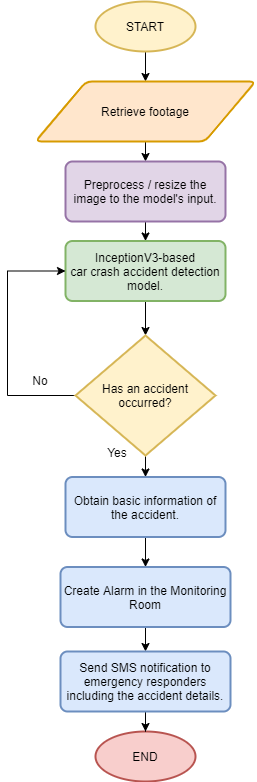
The draw.io diagram DrawIO/System-Flowchart_DO1-des opt 2.png in russellcaragay/PD-Files, before a commit. Source tidied: cells renumbered, new cells last; positions are measured from the earlier drawing's top-left corner, leaving out a move shared by most shapes. Its diagram source:
```xml
<mxGraphModel>
  <root>
    <mxCell id="0" />
    <mxCell id="1" parent="0" />
    <mxCell id="2" style="edgeStyle=orthogonalEdgeStyle;rounded=1;jettySize=auto;html=1;exitX=0.5;exitY=1;exitDx=0;exitDy=0;entryX=0.5;entryY=0;entryDx=0;entryDy=0;exitPerimeter=0;" parent="1" edge="1" source="13" target="10">
      <mxGeometry relative="1" as="geometry" />
    </mxCell>
    <mxCell id="3" style="edgeStyle=orthogonalEdgeStyle;rounded=1;jettySize=auto;html=1;exitX=0.5;exitY=1;exitDx=0;exitDy=0;entryX=0.5;entryY=0;entryDx=0;entryDy=0;exitPerimeter=0;" parent="1" edge="1" source="12" target="14">
      <mxGeometry relative="1" as="geometry" />
    </mxCell>
    <mxCell id="4" value="No" style="text;html=1;strokeColor=none;fillColor=none;align=center;verticalAlign=middle;whiteSpace=wrap;rounded=0;" parent="1" vertex="1">
      <mxGeometry x="3" y="364" width="60" height="30" as="geometry" />
    </mxCell>
    <mxCell id="5" value="Yes" style="text;html=1;strokeColor=none;fillColor=none;align=center;verticalAlign=middle;whiteSpace=wrap;rounded=0;" parent="1" vertex="1">
      <mxGeometry x="80" y="435.5" width="60" height="30" as="geometry" />
    </mxCell>
    <mxCell id="6" style="edgeStyle=orthogonalEdgeStyle;rounded=0;jettySize=auto;html=1;exitX=0.5;exitY=1;exitDx=0;exitDy=0;exitPerimeter=0;entryX=0.5;entryY=0;entryDx=0;entryDy=0;" parent="1" edge="1" target="16">
      <mxGeometry relative="1" as="geometry">
        <mxPoint x="138" y="535.5" as="sourcePoint" />
      </mxGeometry>
    </mxCell>
    <mxCell id="7" style="edgeStyle=orthogonalEdgeStyle;rounded=0;jettySize=auto;html=1;exitX=0.5;exitY=1;exitDx=0;exitDy=0;entryX=0.5;entryY=0;entryDx=0;entryDy=0;entryPerimeter=0;" parent="1" edge="1" source="8" target="12">
      <mxGeometry relative="1" as="geometry" />
    </mxCell>
    <mxCell id="8" value="InceptionV3-based&lt;br&gt;car crash accident detection model." style="rounded=1;whiteSpace=wrap;html=1;absoluteArcSize=1;arcSize=14;strokeWidth=2;fontSize=12;fillColor=#d5e8d4;strokeColor=#82b366;" parent="1" vertex="1">
      <mxGeometry x="58" y="239.5" width="160" height="60" as="geometry" />
    </mxCell>
    <mxCell id="9" style="edgeStyle=orthogonalEdgeStyle;rounded=0;jettySize=auto;html=1;exitX=0.5;exitY=1;exitDx=0;exitDy=0;entryX=0.5;entryY=0;entryDx=0;entryDy=0;" parent="1" edge="1" source="10" target="19">
      <mxGeometry relative="1" as="geometry" />
    </mxCell>
    <mxCell id="10" value="Retrieve footage" style="shape=parallelogram;html=1;strokeWidth=2;perimeter=parallelogramPerimeter;whiteSpace=wrap;rounded=1;arcSize=12;size=0.23;fontSize=12;fillColor=#ffe6cc;strokeColor=#d79b00;" parent="1" vertex="1">
      <mxGeometry x="28" y="80" width="220" height="60" as="geometry" />
    </mxCell>
    <mxCell id="11" style="edgeStyle=orthogonalEdgeStyle;rounded=0;jettySize=auto;html=1;exitX=0;exitY=0.5;exitDx=0;exitDy=0;exitPerimeter=0;entryX=0;entryY=0.5;entryDx=0;entryDy=0;" parent="1" edge="1" source="12" target="8">
      <mxGeometry relative="1" as="geometry">
        <Array as="points">
          <mxPoint y="394.5" />
          <mxPoint y="269.5" />
        </Array>
      </mxGeometry>
    </mxCell>
    <mxCell id="12" value="Has an accident occurred?" style="strokeWidth=2;html=1;shape=mxgraph.flowchart.decision;whiteSpace=wrap;fontSize=12;fillColor=#fff2cc;strokeColor=#d6b656;" parent="1" vertex="1">
      <mxGeometry x="68" y="334" width="140" height="120" as="geometry" />
    </mxCell>
    <mxCell id="13" value="&lt;span style=&quot;&quot;&gt;START&lt;/span&gt;" style="strokeWidth=2;html=1;shape=mxgraph.flowchart.start_1;whiteSpace=wrap;fontSize=12;fillColor=#fff2cc;strokeColor=#d6b656;" parent="1" vertex="1">
      <mxGeometry x="88" width="100" height="50" as="geometry" />
    </mxCell>
    <mxCell id="14" value="Obtain basic information of the accident." style="rounded=1;whiteSpace=wrap;html=1;absoluteArcSize=1;arcSize=14;strokeWidth=2;fontSize=12;fillColor=#dae8fc;strokeColor=#6c8ebf;" parent="1" vertex="1">
      <mxGeometry x="58" y="475.5" width="160" height="60" as="geometry" />
    </mxCell>
    <mxCell id="15" style="edgeStyle=orthogonalEdgeStyle;rounded=0;jettySize=auto;html=1;" parent="1" edge="1" source="16" target="21">
      <mxGeometry relative="1" as="geometry" />
    </mxCell>
    <mxCell id="16" value="Create Alarm in the Monitoring Room" style="rounded=1;whiteSpace=wrap;html=1;absoluteArcSize=1;arcSize=14;strokeWidth=2;fontSize=12;fillColor=#dae8fc;strokeColor=#6c8ebf;" parent="1" vertex="1">
      <mxGeometry x="53" y="565.5" width="170" height="60" as="geometry" />
    </mxCell>
    <mxCell id="17" value="END" style="strokeWidth=2;html=1;shape=mxgraph.flowchart.start_1;whiteSpace=wrap;fontSize=12;fillColor=#f8cecc;strokeColor=#b85450;" parent="1" vertex="1">
      <mxGeometry x="88" y="730" width="100" height="50" as="geometry" />
    </mxCell>
    <mxCell id="18" style="edgeStyle=orthogonalEdgeStyle;rounded=0;jettySize=auto;html=1;exitX=0.5;exitY=1;exitDx=0;exitDy=0;entryX=0.5;entryY=0;entryDx=0;entryDy=0;" parent="1" edge="1" source="19" target="8">
      <mxGeometry relative="1" as="geometry" />
    </mxCell>
    <mxCell id="19" value="Preprocess / resize the image to the model's input." style="rounded=1;whiteSpace=wrap;html=1;absoluteArcSize=1;arcSize=14;strokeWidth=2;fontSize=12;fillColor=#e1d5e7;strokeColor=#9673a6;" parent="1" vertex="1">
      <mxGeometry x="58" y="160" width="160" height="60" as="geometry" />
    </mxCell>
    <mxCell id="20" style="edgeStyle=orthogonalEdgeStyle;rounded=0;jettySize=auto;html=1;" parent="1" edge="1" source="21" target="17">
      <mxGeometry relative="1" as="geometry" />
    </mxCell>
    <mxCell id="21" value="Send SMS notification to emergency responders including the accident details." style="rounded=1;whiteSpace=wrap;html=1;absoluteArcSize=1;arcSize=14;strokeWidth=2;fontSize=12;fillColor=#dae8fc;strokeColor=#6c8ebf;" parent="1" vertex="1">
      <mxGeometry x="53" y="650" width="170" height="60" as="geometry" />
    </mxCell>
  </root>
</mxGraphModel>
```
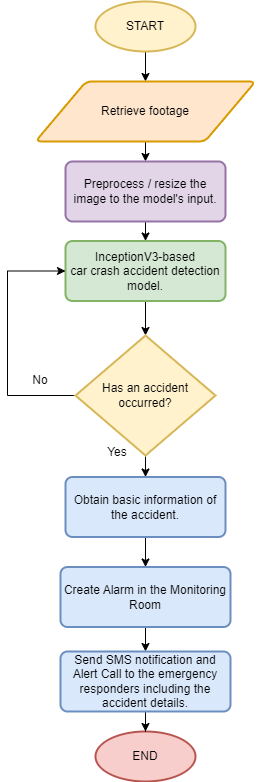
Later version of the same file.

The edit, as a diff of the source:
```diff
@@ -66,7 +66,7 @@
     <mxCell id="20" style="edgeStyle=orthogonalEdgeStyle;rounded=0;jettySize=auto;html=1;" parent="1" edge="1" source="21" target="17">
       <mxGeometry relative="1" as="geometry" />
     </mxCell>
-    <mxCell id="21" value="Send SMS notification to emergency responders including the accident details." style="rounded=1;whiteSpace=wrap;html=1;absoluteArcSize=1;arcSize=14;strokeWidth=2;fontSize=12;fillColor=#dae8fc;strokeColor=#6c8ebf;" parent="1" vertex="1">
+    <mxCell id="21" value="Send SMS notification and Alert Call to the emergency responders including the accident details." style="rounded=1;whiteSpace=wrap;html=1;absoluteArcSize=1;arcSize=14;strokeWidth=2;fontSize=12;fillColor=#dae8fc;strokeColor=#6c8ebf;" parent="1" vertex="1">
       <mxGeometry x="53" y="650" width="170" height="60" as="geometry" />
     </mxCell>
   </root>
```
